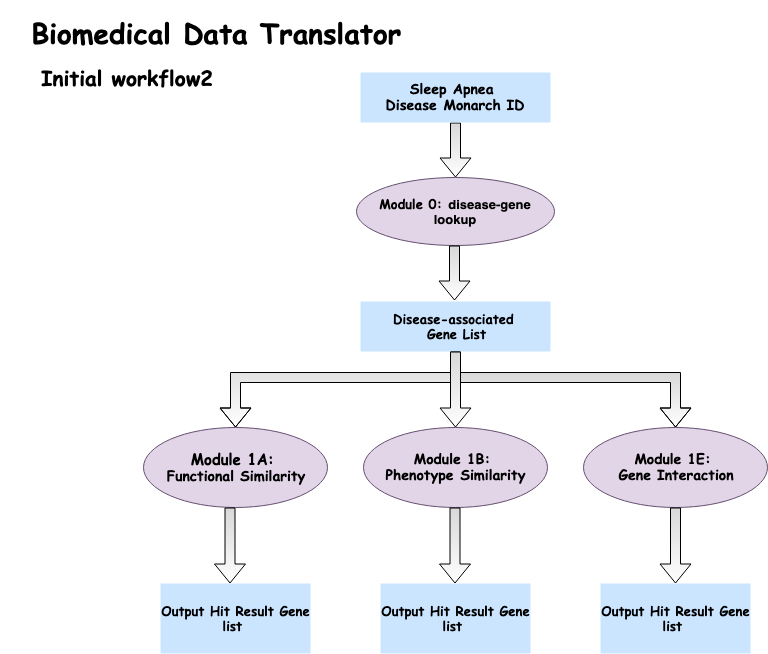
Above: workflow2_diagram.png in imxiaow/SleepApnea-Presentation (draw.io), before the change. Source tidied: cells renumbered, new cells last; positions are measured from the earlier drawing's top-left corner, leaving out a move shared by most shapes.
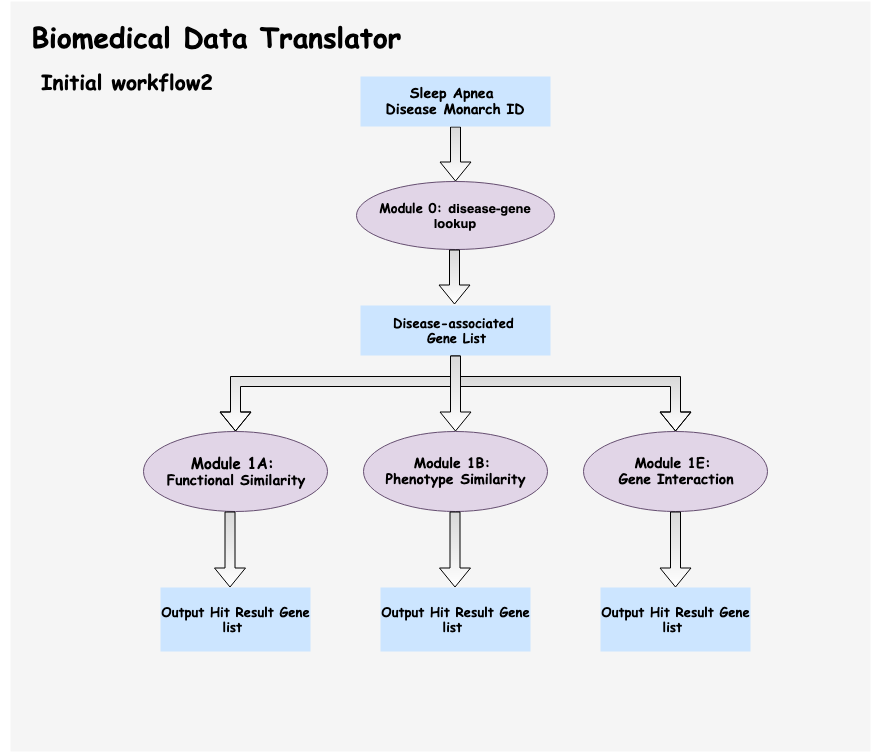
Later version of the same file.

The edit, as a diff of the source:
```diff
@@ -2,6 +2,9 @@
   <root>
     <mxCell id="0" />
     <mxCell id="1" parent="0" />
+    <mxCell id="21" style="rounded=0;whiteSpace=wrap;html=1;strokeColor=none;strokeWidth=3;fillColor=#f5f5f5;fontFamily=Comic Sans MS;fontColor=#333333;" parent="1" vertex="1">
+      <mxGeometry x="10" y="-20" width="860" height="750" as="geometry" />
+    </mxCell>
     <mxCell id="2" value="&lt;h2 style=&quot;text-align: left&quot;&gt;&lt;font face=&quot;Comic Sans MS&quot; style=&quot;font-size: 21px&quot;&gt;Initial workflow2&amp;nbsp;&lt;/font&gt;&lt;/h2&gt;" style="text;html=1;strokeColor=none;fillColor=none;align=center;verticalAlign=middle;whiteSpace=wrap;rounded=0;" parent="1" vertex="1">
       <mxGeometry x="30" y="40" width="200" height="40" as="geometry" />
     </mxCell>
@@ -37,7 +40,7 @@
       </mxGeometry>
     </mxCell>
     <mxCell id="9" value="&lt;h4 style=&quot;font-size: 13px&quot;&gt;&lt;font face=&quot;Comic Sans MS&quot;&gt;Output Hit Result Gene list&amp;nbsp;&lt;/font&gt;&lt;/h4&gt;" style="rounded=0;whiteSpace=wrap;html=1;fillColor=#cce5ff;strokeColor=none;" parent="1" vertex="1">
-      <mxGeometry x="160" y="566" width="150" height="70" as="geometry" />
+      <mxGeometry x="160" y="566" width="150" height="64" as="geometry" />
     </mxCell>
     <mxCell id="10" value="&lt;h3&gt;&lt;/h3&gt;&lt;h3 style=&quot;text-align: center&quot;&gt;&lt;font face=&quot;Comic Sans MS&quot;&gt;&lt;font style=&quot;font-size: 15px&quot;&gt;Module 1A:&amp;nbsp;&lt;br&gt;&lt;/font&gt;&lt;/font&gt;&lt;font face=&quot;Comic Sans MS&quot;&gt;&lt;b&gt;Functional Similarity&lt;/b&gt;&lt;/font&gt;&lt;/h3&gt;" style="ellipse;whiteSpace=wrap;html=1;fillColor=#e1d5e7;strokeColor=#654E70;gradientColor=none;" parent="1" vertex="1">
       <mxGeometry x="143" y="410" width="184" height="80" as="geometry" />
@@ -52,10 +55,10 @@
       <mxGeometry width="445" height="30" as="geometry" />
     </mxCell>
     <mxCell id="14" value="&lt;h4 style=&quot;font-size: 13px&quot;&gt;&lt;font face=&quot;Comic Sans MS&quot;&gt;Output Hit Result Gene list&amp;nbsp;&lt;/font&gt;&lt;/h4&gt;" style="rounded=0;whiteSpace=wrap;html=1;fillColor=#cce5ff;strokeColor=none;" parent="1" vertex="1">
-      <mxGeometry x="380" y="566" width="150" height="70" as="geometry" />
+      <mxGeometry x="380" y="566" width="150" height="64" as="geometry" />
     </mxCell>
     <mxCell id="15" value="&lt;h4 style=&quot;font-size: 13px&quot;&gt;&lt;font face=&quot;Comic Sans MS&quot;&gt;Output Hit Result Gene list&amp;nbsp;&lt;/font&gt;&lt;/h4&gt;" style="rounded=0;whiteSpace=wrap;html=1;fillColor=#cce5ff;strokeColor=none;" parent="1" vertex="1">
-      <mxGeometry x="600" y="566" width="150" height="70" as="geometry" />
+      <mxGeometry x="600" y="566" width="150" height="64" as="geometry" />
     </mxCell>
     <mxCell id="16" style="edgeStyle=orthogonalEdgeStyle;rounded=0;orthogonalLoop=1;jettySize=auto;html=1;shape=flexArrow;fillColor=#D9D9D9;gradientColor=#ffffff;" parent="1" edge="1">
       <mxGeometry relative="1" as="geometry">
```
